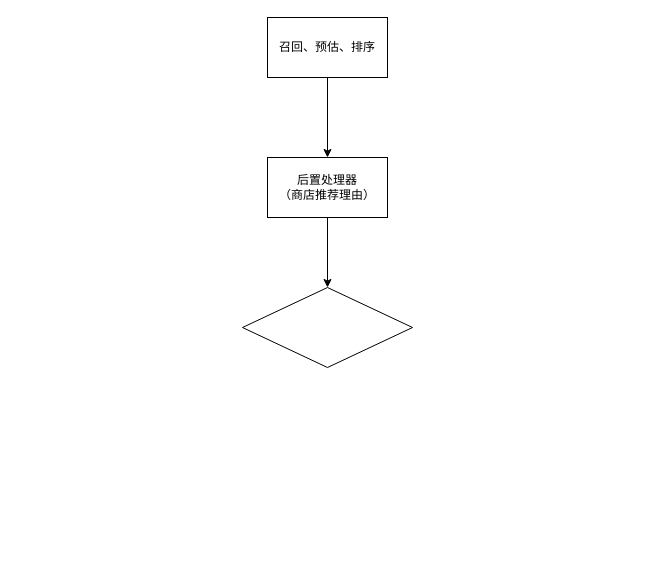
Before: ranker打散.drawio in ETHAN0430/draw.io.repo, a draw.io diagram. Source tidied: cells renumbered, new cells numbered last; positions are measured from the earlier drawing's top-left corner, leaving out a move shared by most shapes. Both pictures are drawn from the tidied source at 100%, with x=0, y=0 at pixel (242, 17).
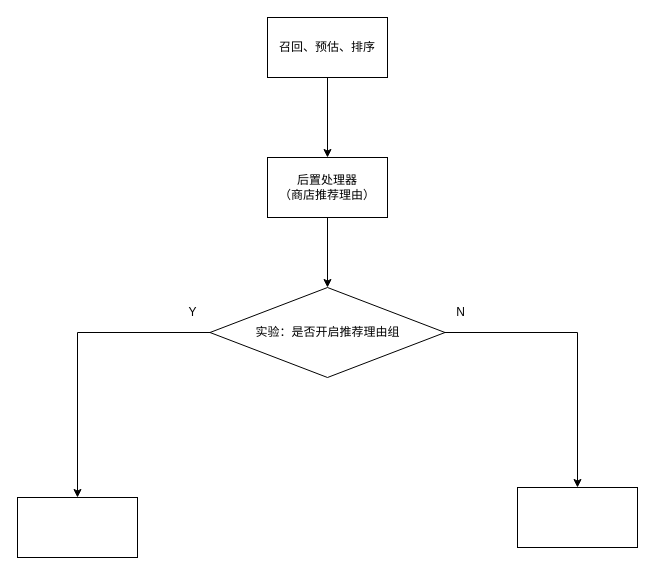
After the change.

Change to the diagram source:
```diff
@@
 <mxGraphModel>
   <root>
     <mxCell id="0" />
     <mxCell id="1" parent="0" />
     <mxCell id="2" style="edgeStyle=orthogonalEdgeStyle;rounded=0;jettySize=auto;html=1;" parent="1" edge="1" source="3" target="5">
       <mxGeometry relative="1" as="geometry" />
     </mxCell>
     <mxCell id="3" value="召回、预估、排序" style="whiteSpace=wrap;html=1;" parent="1" vertex="1">
       <mxGeometry x="25" width="120" height="60" as="geometry" />
     </mxCell>
     <mxCell id="4" style="edgeStyle=orthogonalEdgeStyle;rounded=0;jettySize=auto;html=1;" parent="1" edge="1" source="5" target="6">
       <mxGeometry relative="1" as="geometry" />
     </mxCell>
     <mxCell id="5" value="后置处理器&lt;br&gt;（商店推荐理由）" style="whiteSpace=wrap;html=1;" parent="1" vertex="1">
       <mxGeometry x="25" y="140" width="120" height="60" as="geometry" />
     </mxCell>
+    <mxCell id="7" style="edgeStyle=orthogonalEdgeStyle;rounded=0;jettySize=auto;html=1;" parent="1" edge="1" source="6" target="9">
+      <mxGeometry relative="1" as="geometry" />
+    </mxCell>
+    <mxCell id="8" style="edgeStyle=orthogonalEdgeStyle;rounded=0;jettySize=auto;html=1;" parent="1" edge="1" source="6" target="10">
+      <mxGeometry relative="1" as="geometry" />
+    </mxCell>
-    <mxCell id="6" style="rhombus;whiteSpace=wrap;html=1;" parent="1" vertex="1">
-      <mxGeometry y="270" width="170" height="80" as="geometry" />
+    <mxCell id="6" value="实验：是否开启推荐理由组" style="rhombus;whiteSpace=wrap;html=1;" parent="1" vertex="1">
+      <mxGeometry x="-32.5" y="270" width="235" height="90" as="geometry" />
     </mxCell>
+    <mxCell id="9" style="whiteSpace=wrap;html=1;" parent="1" vertex="1">
+      <mxGeometry x="-225" y="480" width="120" height="60" as="geometry" />
+    </mxCell>
+    <mxCell id="10" style="whiteSpace=wrap;html=1;" parent="1" vertex="1">
+      <mxGeometry x="275" y="470" width="120" height="60" as="geometry" />
+    </mxCell>
+    <mxCell id="11" value="Y" style="text;html=1;align=center;verticalAlign=middle;strokeColor=none;fillColor=none;" parent="1" vertex="1">
+      <mxGeometry x="-65" y="280" width="30" height="30" as="geometry" />
+    </mxCell>
+    <mxCell id="12" value="N" style="text;html=1;align=center;verticalAlign=middle;strokeColor=none;fillColor=none;" parent="1" vertex="1">
+      <mxGeometry x="202.5" y="280" width="30" height="30" as="geometry" />
+    </mxCell>
   </root>
 </mxGraphModel>
```
